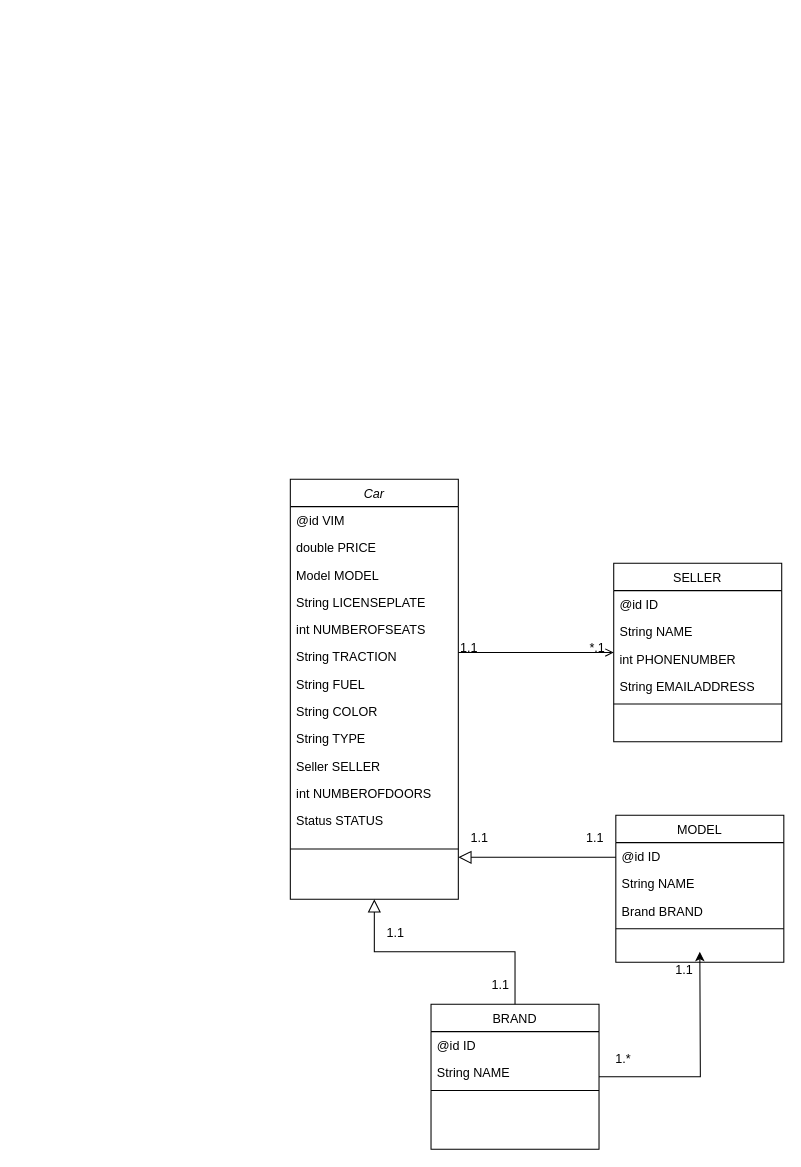
Before: Diagrama sem nome.drawio in kanzodotjava/StandMngmt, a draw.io diagram. Source tidied: cells renumbered, new cells numbered last; positions are measured from the earlier drawing's top-left corner, leaving out a move shared by most shapes. Both pictures are drawn from the tidied source at 105%, with x=0, y=0 at pixel (290, 479).
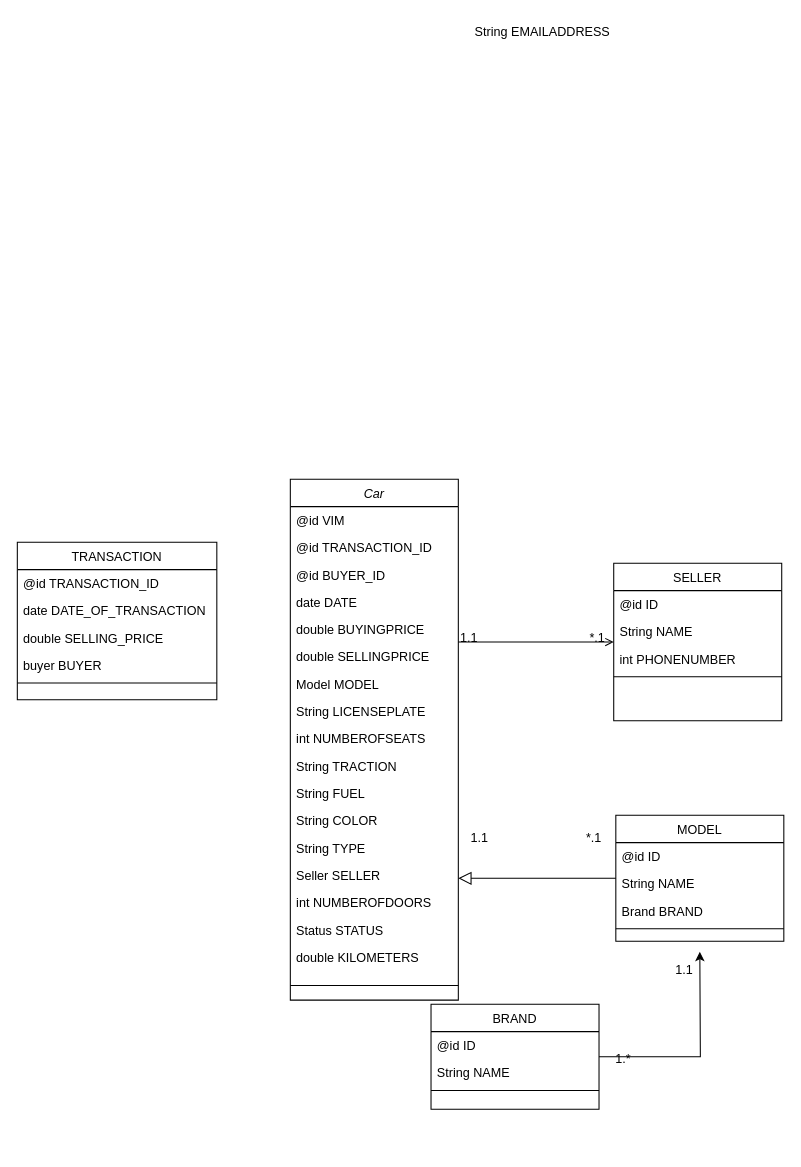
After the change.

Diff of the diagram source:
```diff
@@
     <mxCell id="2" value="Car" style="swimlane;fontStyle=2;align=center;verticalAlign=top;horizontal=1;startSize=26;rounded=0;shadow=0;strokeWidth=1;" parent="1" vertex="1">
-      <mxGeometry width="160" height="400" as="geometry" />
+      <mxGeometry width="160" height="496" as="geometry" />
     </mxCell>
@@
+    <mxCell id="43" value="@id TRANSACTION_ID" style="text;align=left;verticalAlign=top;spacingLeft=4;spacingRight=4;overflow=hidden;" parent="2" vertex="1">
+      <mxGeometry y="52" width="160" height="26" as="geometry" />
+    </mxCell>
+    <mxCell id="44" value="@id BUYER_ID" style="text;align=left;verticalAlign=top;spacingLeft=4;spacingRight=4;overflow=hidden;" parent="2" vertex="1">
+      <mxGeometry y="78" width="160" height="26" as="geometry" />
+    </mxCell>
+    <mxCell id="45" value="date DATE" style="text;align=left;verticalAlign=top;spacingLeft=4;spacingRight=4;overflow=hidden;" parent="2" vertex="1">
+      <mxGeometry y="104" width="160" height="26" as="geometry" />
+    </mxCell>
-    <mxCell id="4" value="double PRICE" style="text;align=left;verticalAlign=top;spacingLeft=4;spacingRight=4;overflow=hidden;rounded=0;shadow=0;html=0;" parent="2" vertex="1">
-      <mxGeometry y="52" width="160" height="26" as="geometry" />
+    <mxCell id="4" value="double BUYINGPRICE" style="text;align=left;verticalAlign=top;spacingLeft=4;spacingRight=4;overflow=hidden;rounded=0;shadow=0;html=0;" parent="2" vertex="1">
+      <mxGeometry y="130" width="160" height="26" as="geometry" />
     </mxCell>
+    <mxCell id="46" value="double SELLINGPRICE" style="text;align=left;verticalAlign=top;spacingLeft=4;spacingRight=4;overflow=hidden;" parent="2" vertex="1">
+      <mxGeometry y="156" width="160" height="26" as="geometry" />
+    </mxCell>
     <mxCell id="5" value="Model MODEL" style="text;align=left;verticalAlign=top;spacingLeft=4;spacingRight=4;overflow=hidden;rounded=0;shadow=0;html=0;" parent="2" vertex="1">
-      <mxGeometry y="78" width="160" height="26" as="geometry" />
+      <mxGeometry y="182" width="160" height="26" as="geometry" />
     </mxCell>
     <mxCell id="6" value="String LICENSEPLATE" style="text;align=left;verticalAlign=top;spacingLeft=4;spacingRight=4;overflow=hidden;" parent="2" vertex="1">
-      <mxGeometry y="104" width="160" height="26" as="geometry" />
+      <mxGeometry y="208" width="160" height="26" as="geometry" />
     </mxCell>
     <mxCell id="7" value="int NUMBEROFSEATS" style="text;align=left;verticalAlign=top;spacingLeft=4;spacingRight=4;overflow=hidden;" parent="2" vertex="1">
-      <mxGeometry y="130" width="160" height="26" as="geometry" />
+      <mxGeometry y="234" width="160" height="26" as="geometry" />
     </mxCell>
     <mxCell id="8" value="String TRACTION" style="text;align=left;verticalAlign=top;spacingLeft=4;spacingRight=4;overflow=hidden;" parent="2" vertex="1">
-      <mxGeometry y="156" width="160" height="26" as="geometry" />
+      <mxGeometry y="260" width="160" height="26" as="geometry" />
     </mxCell>
     <mxCell id="9" value="String FUEL" style="text;align=left;verticalAlign=top;spacingLeft=4;spacingRight=4;overflow=hidden;" parent="2" vertex="1">
-      <mxGeometry y="182" width="160" height="26" as="geometry" />
+      <mxGeometry y="286" width="160" height="26" as="geometry" />
     </mxCell>
     <mxCell id="10" value="String COLOR" style="text;align=left;verticalAlign=top;spacingLeft=4;spacingRight=4;overflow=hidden;" parent="2" vertex="1">
-      <mxGeometry y="208" width="160" height="26" as="geometry" />
+      <mxGeometry y="312" width="160" height="26" as="geometry" />
     </mxCell>
     <mxCell id="11" value="String TYPE" style="text;align=left;verticalAlign=top;spacingLeft=4;spacingRight=4;overflow=hidden;" parent="2" vertex="1">
-      <mxGeometry y="234" width="160" height="26" as="geometry" />
+      <mxGeometry y="338" width="160" height="26" as="geometry" />
     </mxCell>
     <mxCell id="12" value="Seller SELLER" style="text;align=left;verticalAlign=top;spacingLeft=4;spacingRight=4;overflow=hidden;" parent="2" vertex="1">
-      <mxGeometry y="260" width="160" height="26" as="geometry" />
+      <mxGeometry y="364" width="160" height="26" as="geometry" />
     </mxCell>
     <mxCell id="13" value="int NUMBEROFDOORS" style="text;align=left;verticalAlign=top;spacingLeft=4;spacingRight=4;overflow=hidden;" parent="2" vertex="1">
-      <mxGeometry y="286" width="160" height="26" as="geometry" />
+      <mxGeometry y="390" width="160" height="26" as="geometry" />
     </mxCell>
     <mxCell id="14" value="Status STATUS" style="text;align=left;verticalAlign=top;spacingLeft=4;spacingRight=4;overflow=hidden;" parent="2" vertex="1">
-      <mxGeometry y="312" width="160" height="26" as="geometry" />
+      <mxGeometry y="416" width="160" height="26" as="geometry" />
     </mxCell>
+    <mxCell id="47" value="double KILOMETERS" style="text;align=left;verticalAlign=top;spacingLeft=4;spacingRight=4;overflow=hidden;" parent="2" vertex="1">
+      <mxGeometry y="442" width="160" height="26" as="geometry" />
+    </mxCell>
     <mxCell id="15" style="line;html=1;strokeWidth=1;align=left;verticalAlign=middle;spacingTop=-1;spacingLeft=3;spacingRight=3;labelPosition=right;" parent="2" vertex="1">
-      <mxGeometry y="338" width="160" height="28" as="geometry" />
+      <mxGeometry y="468" width="160" height="28" as="geometry" />
     </mxCell>
@@
     <mxCell id="17" value="BRAND" style="swimlane;fontStyle=0;align=center;verticalAlign=top;horizontal=1;startSize=26;rounded=0;shadow=0;strokeWidth=1;" parent="1" vertex="1">
-      <mxGeometry x="134" y="500" width="160" height="138" as="geometry" />
+      <mxGeometry x="134" y="500" width="160" height="100" as="geometry" />
     </mxCell>
@@
-    <mxCell id="21" style="endArrow=block;endSize=10;endFill=0;shadow=0;strokeWidth=1;rounded=0;edgeStyle=elbowEdgeStyle;elbow=vertical;" parent="1" edge="1" source="17" target="2">
-      <mxGeometry relative="1" as="geometry" />
-    </mxCell>
     <mxCell id="22" value="MODEL" style="swimlane;fontStyle=0;align=center;verticalAlign=top;horizontal=1;startSize=26;rounded=0;shadow=0;strokeWidth=1;" parent="1" vertex="1">
-      <mxGeometry x="310" y="320" width="160" height="140" as="geometry" />
+      <mxGeometry x="310" y="320" width="160" height="120" as="geometry" />
     </mxCell>
@@
     <mxCell id="28" value="SELLER" style="swimlane;fontStyle=0;align=center;verticalAlign=top;horizontal=1;startSize=26;rounded=0;shadow=0;strokeWidth=1;" parent="1" vertex="1">
-      <mxGeometry x="308" y="80" width="160" height="170" as="geometry" />
+      <mxGeometry x="308" y="80" width="160" height="150" as="geometry" />
     </mxCell>
@@
-    <mxCell id="32" value="String EMAILADDRESS" style="text;align=left;verticalAlign=top;spacingLeft=4;spacingRight=4;overflow=hidden;rounded=0;shadow=0;html=0;" parent="28" vertex="1">
-      <mxGeometry y="104" width="160" height="26" as="geometry" />
-    </mxCell>
     <mxCell id="33" style="line;html=1;strokeWidth=1;align=left;verticalAlign=middle;spacingTop=-1;spacingLeft=3;spacingRight=3;labelPosition=right;" parent="28" vertex="1">
-      <mxGeometry y="130" width="160" height="8" as="geometry" />
+      <mxGeometry y="104" width="160" height="8" as="geometry" />
     </mxCell>
@@
-    <mxCell id="37" value="1.1" style="align=left;verticalAlign=bottom;labelBackgroundColor=none;fontSize=12;" parent="1" vertex="1">
-      <mxGeometry x="190" y="490" as="geometry" />
-    </mxCell>
@@
-    <mxCell id="39" value="1.1" style="align=left;verticalAlign=bottom;labelBackgroundColor=none;fontSize=12;" parent="1" vertex="1">
+    <mxCell id="39" value="*.1" style="align=left;verticalAlign=bottom;labelBackgroundColor=none;fontSize=12;" parent="1" vertex="1">
       <mxGeometry x="280" y="350" as="geometry" />
     </mxCell>
-    <mxCell id="40" value="1.1" style="align=left;verticalAlign=bottom;labelBackgroundColor=none;fontSize=12;" parent="1" vertex="1">
-      <mxGeometry x="90" y="440" as="geometry" />
-    </mxCell>
@@
+    <mxCell id="48" value="TRANSACTION" style="swimlane;fontStyle=0;align=center;verticalAlign=top;horizontal=1;startSize=26;rounded=0;shadow=0;strokeWidth=1;" parent="1" vertex="1">
+      <mxGeometry x="-260" y="60" width="190" height="150" as="geometry" />
+    </mxCell>
+    <mxCell id="49" value="@id TRANSACTION_ID" style="text;align=left;verticalAlign=top;spacingLeft=4;spacingRight=4;overflow=hidden;" parent="48" vertex="1">
+      <mxGeometry y="26" width="190" height="26" as="geometry" />
+    </mxCell>
+    <mxCell id="50" value="date DATE_OF_TRANSACTION" style="text;align=left;verticalAlign=top;spacingLeft=4;spacingRight=4;overflow=hidden;rounded=0;shadow=0;html=0;" parent="48" vertex="1">
+      <mxGeometry y="52" width="190" height="26" as="geometry" />
+    </mxCell>
+    <mxCell id="51" value="double SELLING_PRICE" style="text;align=left;verticalAlign=top;spacingLeft=4;spacingRight=4;overflow=hidden;rounded=0;shadow=0;html=0;" parent="48" vertex="1">
+      <mxGeometry y="78" width="190" height="26" as="geometry" />
+    </mxCell>
+    <mxCell id="52" value="buyer BUYER" style="text;align=left;verticalAlign=top;spacingLeft=4;spacingRight=4;overflow=hidden;rounded=0;shadow=0;html=0;" parent="48" vertex="1">
+      <mxGeometry y="104" width="190" height="26" as="geometry" />
+    </mxCell>
+    <mxCell id="53" style="line;html=1;strokeWidth=1;align=left;verticalAlign=middle;spacingTop=-1;spacingLeft=3;spacingRight=3;labelPosition=right;" parent="48" vertex="1">
+      <mxGeometry y="130" width="190" height="8" as="geometry" />
+    </mxCell>
+    <mxCell id="32" value="String EMAILADDRESS" style="text;align=left;verticalAlign=top;spacingLeft=4;spacingRight=4;overflow=hidden;rounded=0;shadow=0;html=0;" parent="1" vertex="1">
+      <mxGeometry x="170" y="-440" width="160" height="26" as="geometry" />
+    </mxCell>
```
